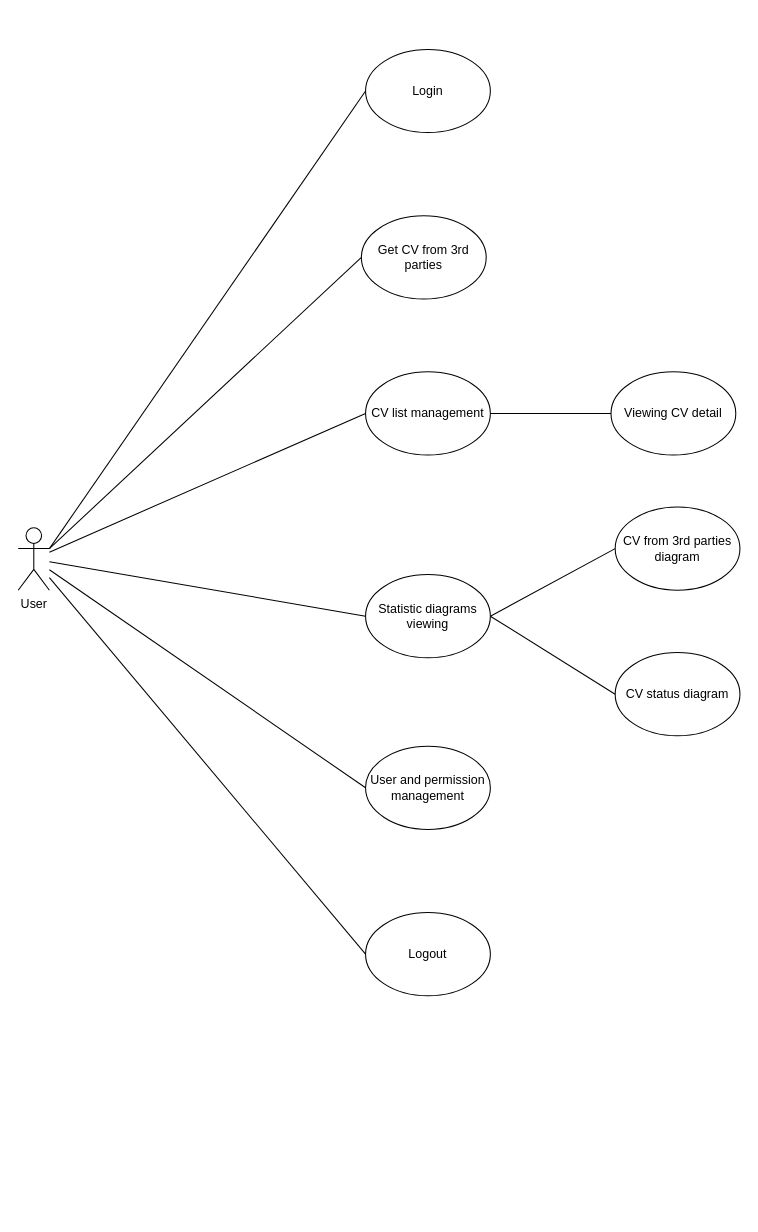
This is AS-IS/Copy of AS IS main flow2.drawio from lamtungnew/test, a draw.io file, before an edit. Source tidied: cells renumbered, new cells numbered last; positions are measured from the earlier drawing's top-left corner, leaving out a move shared by most shapes. Both pictures are drawn from the tidied source at 104%, with x=0, y=0 at pixel (18, 49).
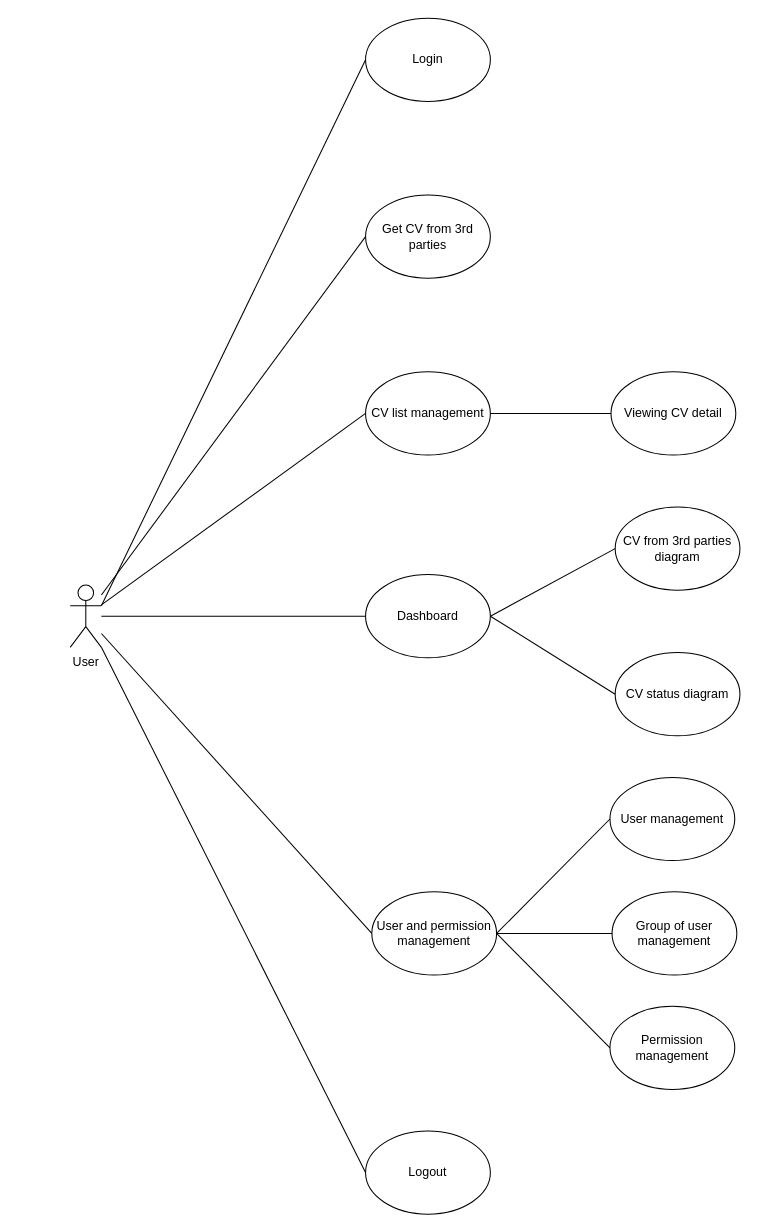
The same page after the edit.

The edit, as a diff of the source:
```diff
@@
     <mxCell id="2" value="User" style="shape=umlActor;verticalLabelPosition=bottom;verticalAlign=top;html=1;outlineConnect=0;" parent="1" vertex="1">
-      <mxGeometry y="460" width="30" height="60" as="geometry" />
+      <mxGeometry x="50" y="515" width="30" height="60" as="geometry" />
     </mxCell>
     <mxCell id="3" value="Login" style="ellipse;whiteSpace=wrap;html=1;" parent="1" vertex="1">
-      <mxGeometry x="334" width="120" height="80" as="geometry" />
+      <mxGeometry x="334" y="-30" width="120" height="80" as="geometry" />
     </mxCell>
     <mxCell id="4" value="Logout" style="ellipse;whiteSpace=wrap;html=1;" parent="1" vertex="1">
-      <mxGeometry x="334" y="830" width="120" height="80" as="geometry" />
+      <mxGeometry x="334" y="1040" width="120" height="80" as="geometry" />
     </mxCell>
@@
-    <mxCell id="7" value="Statistic diagrams viewing" style="ellipse;whiteSpace=wrap;html=1;" parent="1" vertex="1">
+    <mxCell id="7" value="Dashboard" style="ellipse;whiteSpace=wrap;html=1;" parent="1" vertex="1">
       <mxGeometry x="334" y="505" width="120" height="80" as="geometry" />
     </mxCell>
@@
     <mxCell id="16" value="User and permission management" style="ellipse;whiteSpace=wrap;html=1;" parent="1" vertex="1">
-      <mxGeometry x="334" y="670" width="120" height="80" as="geometry" />
+      <mxGeometry x="340" y="810" width="120" height="80" as="geometry" />
     </mxCell>
@@
     <mxCell id="18" value="Get CV from 3rd parties" style="ellipse;whiteSpace=wrap;html=1;" parent="1" vertex="1">
-      <mxGeometry x="330" y="160" width="120" height="80" as="geometry" />
+      <mxGeometry x="334" y="140" width="120" height="80" as="geometry" />
     </mxCell>
-    <mxCell id="19" style="endArrow=none;html=1;rounded=0;entryX=0;entryY=0.5;entryDx=0;entryDy=0;" parent="1" edge="1" target="18">
-      <mxGeometry relative="1" as="geometry">
-        <mxPoint x="30" y="480" as="sourcePoint" />
-      </mxGeometry>
+    <mxCell id="19" style="endArrow=none;html=1;rounded=0;entryX=0;entryY=0.5;entryDx=0;entryDy=0;" parent="1" edge="1" source="2" target="18">
+      <mxGeometry relative="1" as="geometry" />
     </mxCell>
@@
+    <mxCell id="21" value="User management" style="ellipse;whiteSpace=wrap;html=1;" parent="1" vertex="1">
+      <mxGeometry x="569" y="700" width="120" height="80" as="geometry" />
+    </mxCell>
+    <mxCell id="22" value="Group of user management" style="ellipse;whiteSpace=wrap;html=1;" parent="1" vertex="1">
+      <mxGeometry x="571" y="810" width="120" height="80" as="geometry" />
+    </mxCell>
+    <mxCell id="23" value="Permission management" style="ellipse;whiteSpace=wrap;html=1;" parent="1" vertex="1">
+      <mxGeometry x="569" y="920" width="120" height="80" as="geometry" />
+    </mxCell>
+    <mxCell id="24" style="endArrow=none;html=1;rounded=0;exitX=1;exitY=0.5;exitDx=0;exitDy=0;entryX=0;entryY=0.5;entryDx=0;entryDy=0;" parent="1" edge="1" source="16" target="21">
+      <mxGeometry relative="1" as="geometry" />
+    </mxCell>
+    <mxCell id="25" style="endArrow=none;html=1;rounded=0;exitX=1;exitY=0.5;exitDx=0;exitDy=0;entryX=0;entryY=0.5;entryDx=0;entryDy=0;" parent="1" edge="1" source="16" target="22">
+      <mxGeometry relative="1" as="geometry" />
+    </mxCell>
+    <mxCell id="26" style="endArrow=none;html=1;rounded=0;exitX=1;exitY=0.5;exitDx=0;exitDy=0;entryX=0;entryY=0.5;entryDx=0;entryDy=0;" parent="1" edge="1" source="16" target="23">
+      <mxGeometry relative="1" as="geometry" />
+    </mxCell>
```
